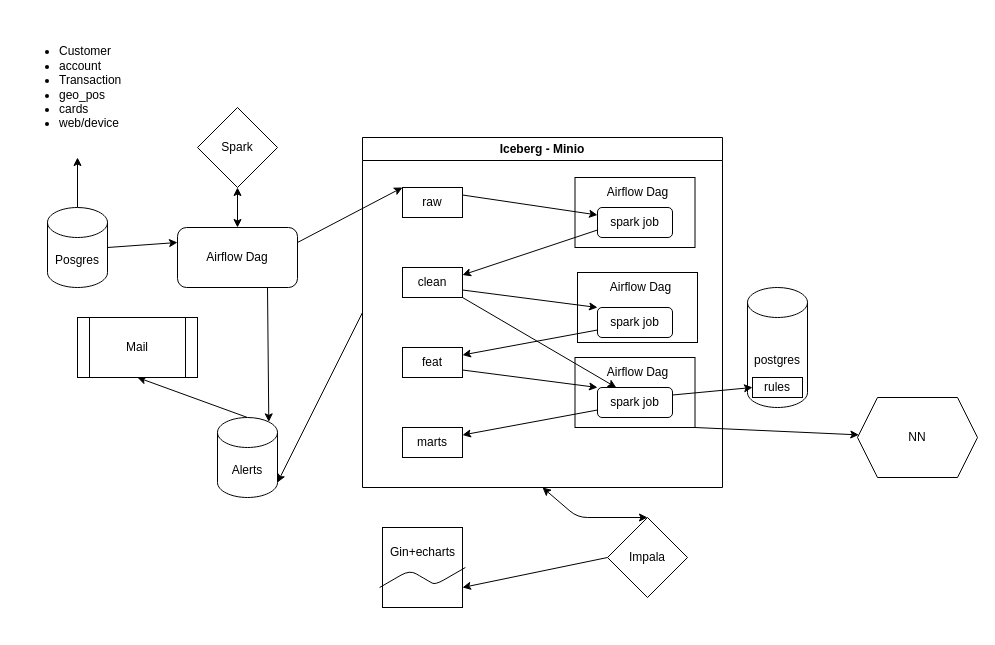
The draw.io diagram schema.drawio in Pfpfpfpfal/Cocoonbl, before the edit. Source tidied: cells renumbered, new cells numbered last; positions are measured from the earlier drawing's top-left corner, leaving out a move shared by most shapes. Both pictures are drawn from the tidied source at 100%, with x=0, y=0 at pixel (17, 17).
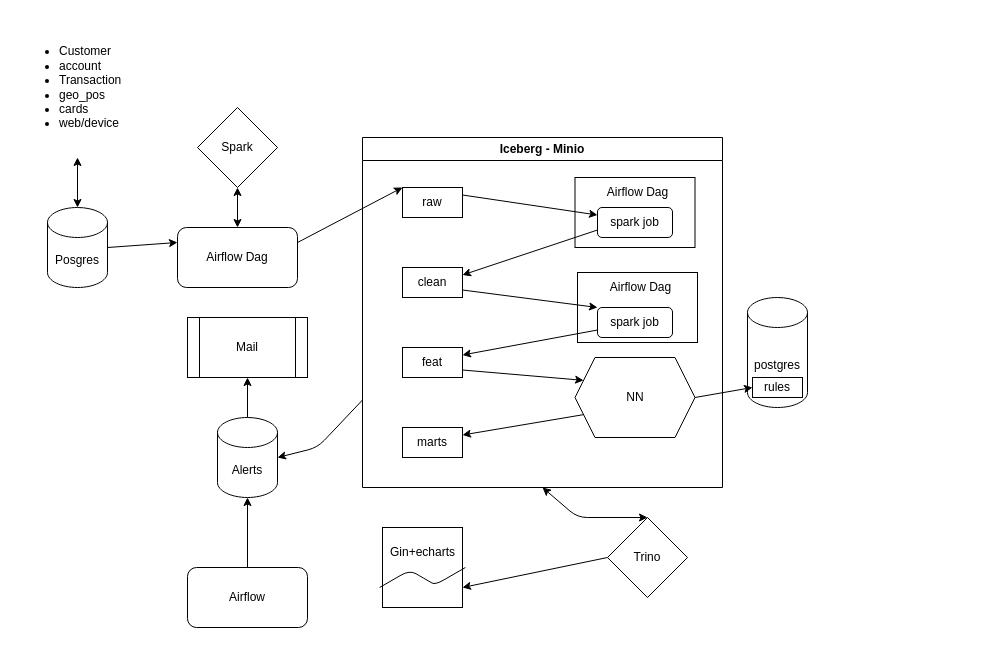
The same diagram, later.

Commit message:
Обновлена схема

The change refers to these unchanged cells:
```xml
<mxCell id="2" value="&lt;ul&gt;&lt;li&gt;Customer&lt;/li&gt;&lt;li&gt;account&lt;/li&gt;&lt;li&gt;Transaction&lt;/li&gt;&lt;li&gt;geo_pos&lt;/li&gt;&lt;li&gt;cards&lt;/li&gt;&lt;li&gt;web/device&lt;/li&gt;&lt;/ul&gt;" style="text;strokeColor=none;fillColor=none;html=1;whiteSpace=wrap;verticalAlign=middle;overflow=hidden;" parent="1" vertex="1">
  <mxGeometry width="120" height="140" as="geometry" />
</mxCell>
<mxCell id="5" value="Posgres" style="shape=cylinder3;whiteSpace=wrap;html=1;boundedLbl=1;backgroundOutline=1;size=15;" parent="1" vertex="1">
  <mxGeometry x="30" y="190" width="60" height="80" as="geometry" />
</mxCell>
<mxCell id="6" value="Iceberg - Minio" style="swimlane;whiteSpace=wrap;html=1;" parent="1" vertex="1">
  <mxGeometry x="345" y="120" width="360" height="350" as="geometry" />
</mxCell>
<mxCell id="14" value="marts" style="rounded=0;whiteSpace=wrap;html=1;" parent="6" vertex="1">
  <mxGeometry x="40" y="290" width="60" height="30" as="geometry" />
</mxCell>
<mxCell id="16" value="feat" style="rounded=0;whiteSpace=wrap;html=1;" parent="6" vertex="1">
  <mxGeometry x="40" y="210" width="60" height="30" as="geometry" />
</mxCell>
<mxCell id="19" value="clean" style="rounded=0;whiteSpace=wrap;html=1;" parent="6" vertex="1">
  <mxGeometry x="40" y="130" width="60" height="30" as="geometry" />
</mxCell>
<mxCell id="28" value="Airflow Dag" style="rounded=1;whiteSpace=wrap;html=1;" parent="1" vertex="1">
  <mxGeometry x="160" y="210" width="120" height="60" as="geometry" />
</mxCell>
<mxCell id="32" value="rules" style="rounded=0;whiteSpace=wrap;html=1;" parent="1" vertex="1">
  <mxGeometry x="735" y="360" width="50" height="20" as="geometry" />
</mxCell>
<mxCell id="43" value="Alerts" style="shape=cylinder3;whiteSpace=wrap;html=1;boundedLbl=1;backgroundOutline=1;size=15;" parent="1" vertex="1">
  <mxGeometry x="200" y="400" width="60" height="80" as="geometry" />
</mxCell>
```

What changed in the source:
```diff
@@
-    <mxCell id="3" style="edgeStyle=none;html=1;exitX=0.5;exitY=0;exitDx=0;exitDy=0;exitPerimeter=0;entryX=0.5;entryY=1;entryDx=0;entryDy=0;" parent="1" edge="1" source="5" target="2">
+    <mxCell id="3" style="edgeStyle=none;html=1;exitX=0.5;exitY=0;exitDx=0;exitDy=0;exitPerimeter=0;entryX=0.5;entryY=1;entryDx=0;entryDy=0;startArrow=classic;startFill=1;" parent="1" edge="1" source="5" target="2">
       <mxGeometry relative="1" as="geometry" />
     </mxCell>
@@
-    <mxCell id="7" style="rounded=0;whiteSpace=wrap;html=1;" parent="6" vertex="1">
-      <mxGeometry x="212.5" y="220" width="120" height="70" as="geometry" />
-    </mxCell>
-    <mxCell id="8" value="Airflow Dag" style="text;html=1;align=center;verticalAlign=middle;strokeColor=none;fillColor=none;" parent="6" vertex="1">
-      <mxGeometry x="235" y="220" width="80" height="30" as="geometry" />
-    </mxCell>
@@
-    <mxCell id="15" style="edgeStyle=none;html=1;exitX=1;exitY=0.75;exitDx=0;exitDy=0;entryX=0;entryY=0;entryDx=0;entryDy=0;" parent="6" edge="1" source="16" target="25">
-      <mxGeometry relative="1" as="geometry" />
-    </mxCell>
@@
-    <mxCell id="18" style="edgeStyle=none;html=1;exitX=1;exitY=1;exitDx=0;exitDy=0;entryX=0.25;entryY=0;entryDx=0;entryDy=0;" parent="6" edge="1" source="19" target="25">
-      <mxGeometry relative="1" as="geometry" />
-    </mxCell>
@@
+    <mxCell id="26" value="Airflow Dag" style="text;html=1;align=center;verticalAlign=middle;strokeColor=none;fillColor=none;" parent="6" vertex="1">
+      <mxGeometry x="235" y="40" width="80" height="30" as="geometry" />
+    </mxCell>
+    <mxCell id="45" value="NN" style="shape=hexagon;perimeter=hexagonPerimeter2;whiteSpace=wrap;html=1;fixedSize=1;" parent="6" vertex="1">
+      <mxGeometry x="212.5" y="220" width="120" height="80" as="geometry" />
+    </mxCell>
+    <mxCell id="15" style="edgeStyle=none;html=1;exitX=1;exitY=0.75;exitDx=0;exitDy=0;entryX=0;entryY=0.25;entryDx=0;entryDy=0;" parent="6" edge="1" source="16" target="45">
+      <mxGeometry relative="1" as="geometry" />
+    </mxCell>
-    <mxCell id="24" style="edgeStyle=none;html=1;exitX=0;exitY=0.75;exitDx=0;exitDy=0;entryX=1;entryY=0.25;entryDx=0;entryDy=0;" parent="6" edge="1" source="25" target="14">
+    <mxCell id="24" style="edgeStyle=none;html=1;exitX=0;exitY=0.75;exitDx=0;exitDy=0;entryX=1;entryY=0.25;entryDx=0;entryDy=0;" parent="6" edge="1" source="45" target="14">
       <mxGeometry relative="1" as="geometry" />
     </mxCell>
-    <mxCell id="25" value="spark job" style="rounded=1;whiteSpace=wrap;html=1;" parent="6" vertex="1">
-      <mxGeometry x="235" y="250" width="75" height="30" as="geometry" />
-    </mxCell>
-    <mxCell id="26" value="Airflow Dag" style="text;html=1;align=center;verticalAlign=middle;strokeColor=none;fillColor=none;" parent="6" vertex="1">
-      <mxGeometry x="235" y="40" width="80" height="30" as="geometry" />
-    </mxCell>
@@
     <mxCell id="31" value="postgres" style="shape=cylinder3;whiteSpace=wrap;html=1;boundedLbl=1;backgroundOutline=1;size=15;" parent="1" vertex="1">
-      <mxGeometry x="730" y="270" width="60" height="120" as="geometry" />
+      <mxGeometry x="730" y="280" width="60" height="110" as="geometry" />
     </mxCell>
@@
-    <mxCell id="33" style="edgeStyle=none;html=1;exitX=1;exitY=0.25;exitDx=0;exitDy=0;entryX=0;entryY=0.5;entryDx=0;entryDy=0;" parent="1" edge="1" source="25" target="32">
+    <mxCell id="33" style="edgeStyle=none;html=1;exitX=1;exitY=0.5;exitDx=0;exitDy=0;entryX=0;entryY=0.5;entryDx=0;entryDy=0;" parent="1" edge="1" source="45" target="32">
       <mxGeometry relative="1" as="geometry" />
     </mxCell>
@@
-    <mxCell id="36" value="Impala" style="rhombus;whiteSpace=wrap;html=1;" parent="1" vertex="1">
+    <mxCell id="36" value="Trino" style="rhombus;whiteSpace=wrap;html=1;" parent="1" vertex="1">
       <mxGeometry x="590" y="500" width="80" height="80" as="geometry" />
     </mxCell>
@@
     <mxCell id="41" value="Mail" style="shape=process;whiteSpace=wrap;html=1;backgroundOutline=1;" parent="1" vertex="1">
-      <mxGeometry x="60" y="300" width="120" height="60" as="geometry" />
+      <mxGeometry x="170" y="300" width="120" height="60" as="geometry" />
     </mxCell>
-    <mxCell id="42" style="edgeStyle=none;html=1;exitX=0;exitY=0.5;exitDx=0;exitDy=0;entryX=1;entryY=1;entryDx=0;entryDy=-15;entryPerimeter=0;" parent="1" edge="1" source="6" target="43">
-      <mxGeometry relative="1" as="geometry" />
+    <mxCell id="42" style="edgeStyle=none;html=1;exitX=0;exitY=0.75;exitDx=0;exitDy=0;entryX=1;entryY=0.5;entryDx=0;entryDy=0;entryPerimeter=0;" parent="1" edge="1" source="6" target="43">
+      <mxGeometry relative="1" as="geometry">
+        <Array as="points">
+          <mxPoint x="300" y="430" />
+        </Array>
+      </mxGeometry>
     </mxCell>
@@
-    <mxCell id="44" style="edgeStyle=none;html=1;exitX=0.75;exitY=1;exitDx=0;exitDy=0;entryX=0.855;entryY=0;entryDx=0;entryDy=4.35;entryPerimeter=0;" parent="1" edge="1" source="28" target="43">
+    <mxCell id="44" style="edgeStyle=none;html=1;entryX=0.5;entryY=1;entryDx=0;entryDy=0;entryPerimeter=0;exitX=0.5;exitY=0;exitDx=0;exitDy=0;" parent="1" edge="1" source="47" target="43">
       <mxGeometry relative="1" as="geometry" />
     </mxCell>
-    <mxCell id="45" value="NN" style="shape=hexagon;perimeter=hexagonPerimeter2;whiteSpace=wrap;html=1;fixedSize=1;" parent="1" vertex="1">
-      <mxGeometry x="840" y="380" width="120" height="80" as="geometry" />
-    </mxCell>
-    <mxCell id="46" style="edgeStyle=none;html=1;exitX=1;exitY=1;exitDx=0;exitDy=0;" parent="1" edge="1" source="7" target="45">
-      <mxGeometry relative="1" as="geometry" />
-    </mxCell>
+    <mxCell id="47" value="Airflow" style="rounded=1;whiteSpace=wrap;html=1;" parent="1" vertex="1">
+      <mxGeometry x="170" y="550" width="120" height="60" as="geometry" />
+    </mxCell>
```
